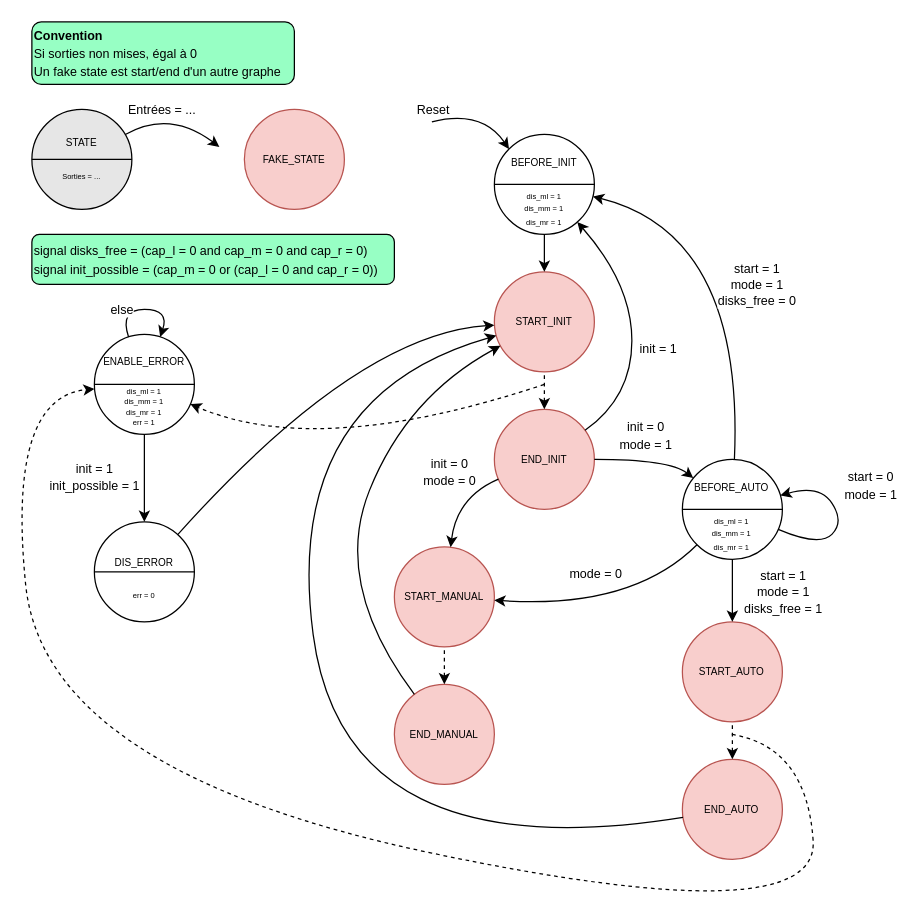
The draw.io diagram doc/diags/state_global.drawio in Schokiiiiiiii/csn26, before the edit. Source tidied: cells renumbered, new cells numbered last; positions are measured from the earlier drawing's top-left corner, leaving out a move shared by most shapes. Both pictures are drawn from the tidied source at 125%, with x=0, y=0 at pixel (6, 21).
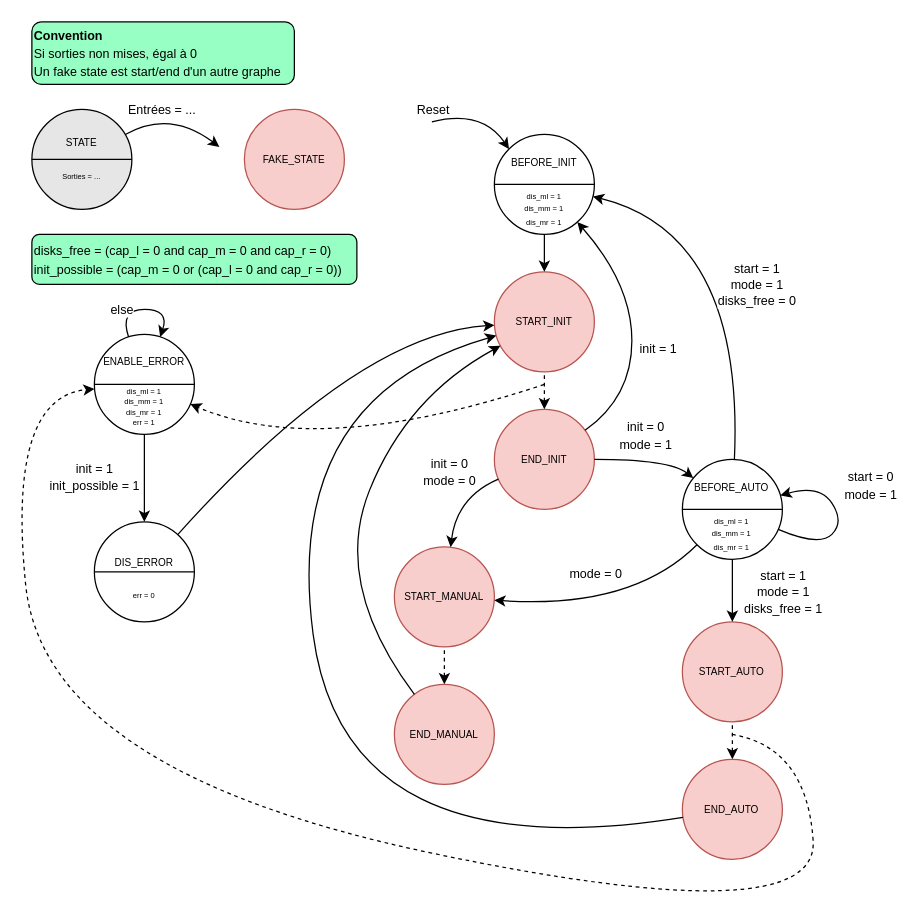
After the change.

Diff of the diagram source:
```diff
@@
-    <mxCell id="32" value="&lt;font style=&quot;font-size: 10px;&quot;&gt;signal disks_free =&amp;nbsp;&lt;span style=&quot;background-color: transparent; color: light-dark(rgb(0, 0, 0), rgb(255, 255, 255));&quot;&gt;(cap_l = 0 and cap_m = 0 and cap_r = 0)&lt;/span&gt;&lt;/font&gt;&lt;div style=&quot;&quot;&gt;&lt;span style=&quot;background-color: transparent; color: light-dark(rgb(0, 0, 0), rgb(255, 255, 255));&quot;&gt;&lt;font style=&quot;font-size: 10px;&quot;&gt;signal init_possible = (cap_m = 0 or (cap_l = 0 and cap_r = 0))&lt;/font&gt;&lt;/span&gt;&lt;/div&gt;" style="rounded=1;whiteSpace=wrap;html=1;align=left;fillColor=#97FFC4;" parent="1" vertex="1">
-      <mxGeometry x="20" y="170" width="290" height="40" as="geometry" />
+    <mxCell id="32" value="&lt;font style=&quot;font-size: 10px;&quot;&gt;disks_free =&amp;nbsp;&lt;span style=&quot;background-color: transparent; color: light-dark(rgb(0, 0, 0), rgb(255, 255, 255));&quot;&gt;(cap_l = 0 and cap_m = 0 and cap_r = 0)&lt;/span&gt;&lt;/font&gt;&lt;div style=&quot;&quot;&gt;&lt;span style=&quot;background-color: transparent; color: light-dark(rgb(0, 0, 0), rgb(255, 255, 255));&quot;&gt;&lt;font style=&quot;font-size: 10px;&quot;&gt;init_possible = (cap_m = 0 or (cap_l = 0 and cap_r = 0))&lt;/font&gt;&lt;/span&gt;&lt;/div&gt;" style="rounded=1;whiteSpace=wrap;html=1;align=left;fillColor=#97FFC4;" parent="1" vertex="1">
+      <mxGeometry x="20" y="170" width="260" height="40" as="geometry" />
     </mxCell>
```
